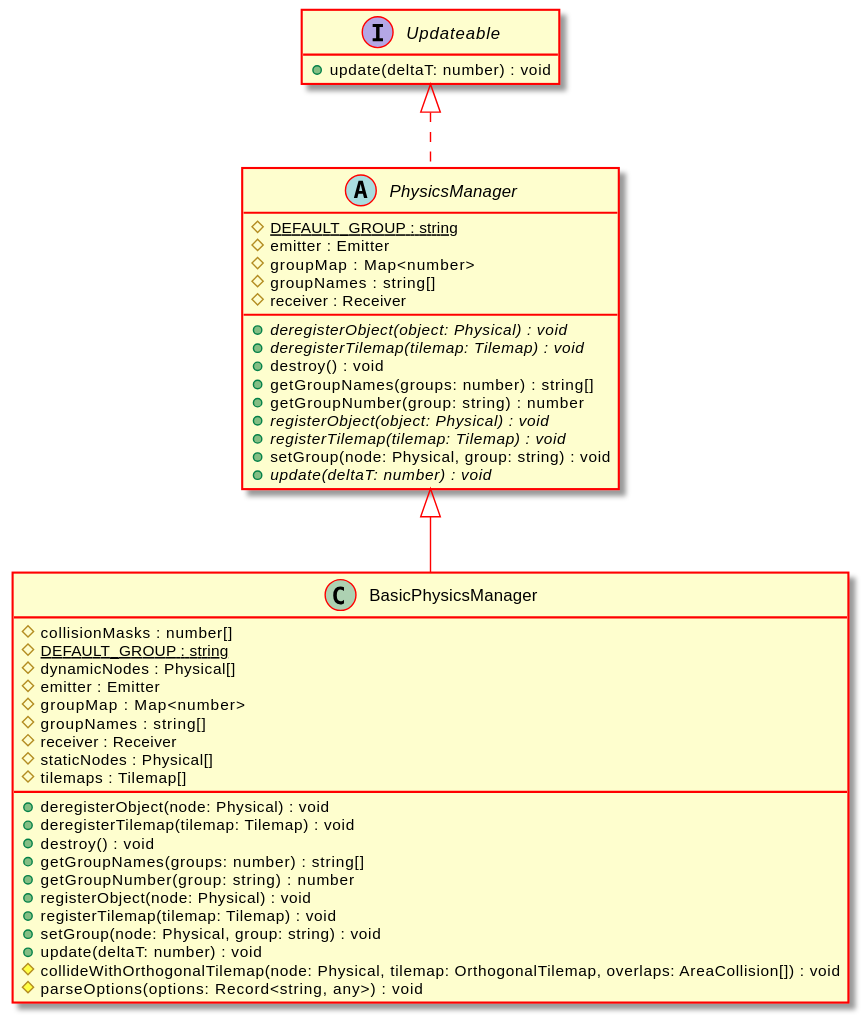
The PlantUML diagram docs/api/assets/PhysicsManager-umlClassDiagram-5175.svg in Test123938/Test2, before a commit.
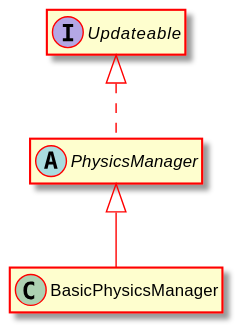
After the change.

The edit, as a diff of the source:
```diff
@@ -5,46 +5,11 @@
 hide empty methods
 hide empty fields
 abstract class "PhysicsManager" {
-    {static} #DEFAULT_GROUP : string
-    #emitter : Emitter
-    #groupMap : Map<number>
-    #groupNames : string[]
-    #receiver : Receiver
-    {abstract} +deregisterObject(object: Physical) : void
-    {abstract} +deregisterTilemap(tilemap: Tilemap) : void
-    +destroy() : void
-    +getGroupNames(groups: number) : string[]
-    +getGroupNumber(group: string) : number
-    {abstract} +registerObject(object: Physical) : void
-    {abstract} +registerTilemap(tilemap: Tilemap) : void
-    +setGroup(node: Physical, group: string) : void
-    {abstract} +update(deltaT: number) : void
 }
 interface "Updateable" {
-    +update(deltaT: number) : void
 }
 "Updateable" <|.. "PhysicsManager"
 class "BasicPhysicsManager" {
-    #collisionMasks : number[]
-    {static} #DEFAULT_GROUP : string
-    #dynamicNodes : Physical[]
-    #emitter : Emitter
-    #groupMap : Map<number>
-    #groupNames : string[]
-    #receiver : Receiver
-    #staticNodes : Physical[]
-    #tilemaps : Tilemap[]
-    +deregisterObject(node: Physical) : void
-    +deregisterTilemap(tilemap: Tilemap) : void
-    +destroy() : void
-    +getGroupNames(groups: number) : string[]
-    +getGroupNumber(group: string) : number
-    +registerObject(node: Physical) : void
-    +registerTilemap(tilemap: Tilemap) : void
-    +setGroup(node: Physical, group: string) : void
-    +update(deltaT: number) : void
-    #collideWithOrthogonalTilemap(node: Physical, tilemap: OrthogonalTilemap, overlaps: AreaCollision[]) : void
-    #parseOptions(options: Record<string, any>) : void
 }
 "PhysicsManager" <|-- "BasicPhysicsManager"
 @enduml
```
